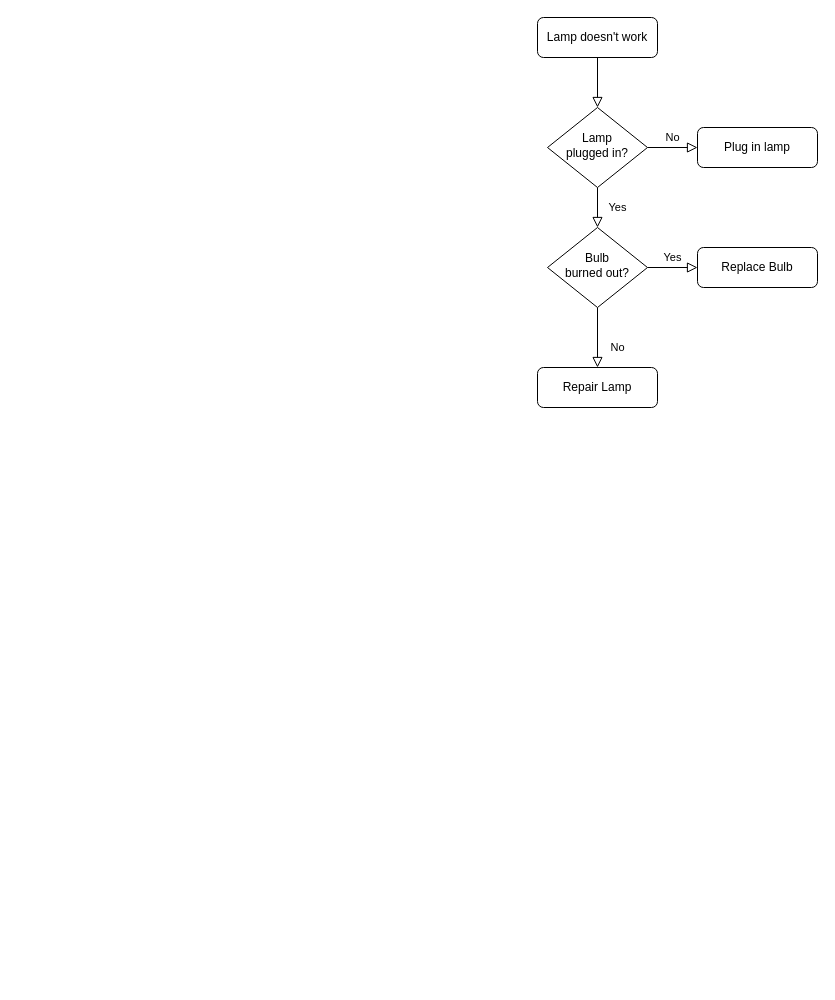
This is 流程图文件/理论法/习近平思想2.drawio from woshiduanli/Study, a draw.io file, before an edit. Source tidied: cells renumbered, new cells numbered last; positions are measured from the earlier drawing's top-left corner, leaving out a move shared by most shapes. Both pictures are drawn from the tidied source at 100%, with x=0, y=0 at pixel (537, 17). Pictures stored in the file or linked from it are replaced by grey dashed boxes.
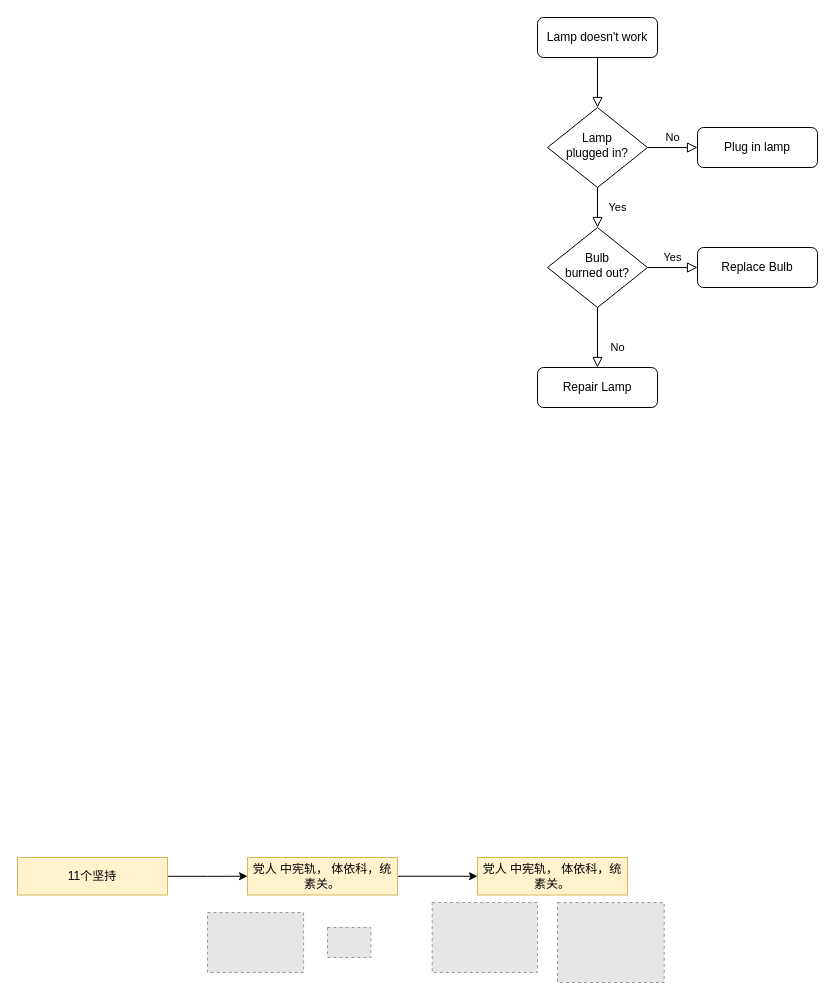
Above is the later version.

Commit message (it also covers changes not shown here):
更新习近平思想2.drawio

The edit, as a diff of the source:
```diff
@@
+    <mxCell id="13" style="edgeStyle=orthogonalEdgeStyle;rounded=0;jettySize=auto;html=1;entryX=0;entryY=0.5;entryDx=0;entryDy=0;" parent="1" edge="1" source="14" target="16">
+      <mxGeometry relative="1" as="geometry" />
+    </mxCell>
+    <mxCell id="14" value="11个坚持" style="whiteSpace=wrap;html=1;fillColor=#fff2cc;strokeColor=#d6b656;" parent="1" vertex="1">
+      <mxGeometry x="-520" y="840" width="150" height="37.5" as="geometry" />
+    </mxCell>
+    <mxCell id="15" style="edgeStyle=orthogonalEdgeStyle;rounded=0;jettySize=auto;html=1;" parent="1" edge="1" source="16" target="17">
+      <mxGeometry relative="1" as="geometry" />
+    </mxCell>
+    <mxCell id="16" value="党人 中宪轨， 体依科，统素关。" style="whiteSpace=wrap;html=1;fillColor=#fff2cc;strokeColor=#d6b656;" parent="1" vertex="1">
+      <mxGeometry x="-290" y="840" width="150" height="37.5" as="geometry" />
+    </mxCell>
+    <mxCell id="17" value="党人 中宪轨， 体依科，统素关。" style="whiteSpace=wrap;html=1;fillColor=#fff2cc;strokeColor=#d6b656;" parent="1" vertex="1">
+      <mxGeometry x="-60" y="840" width="150" height="37.5" as="geometry" />
+    </mxCell>
+    <mxCell id="18" style="fillColor=#E6E6E6;strokeColor=#999999;dashed=1;verticalLabelPosition=bottom;labelBackgroundColor=default;verticalAlign=top;" parent="1" vertex="1">
+      <mxGeometry x="-210" y="910" width="43.4" height="30" as="geometry" />
+    </mxCell>
+    <mxCell id="19" style="fillColor=#E6E6E6;strokeColor=#999999;dashed=1;verticalLabelPosition=bottom;labelBackgroundColor=default;verticalAlign=top;" parent="1" vertex="1">
+      <mxGeometry x="-330" y="895" width="96.1" height="60" as="geometry" />
+    </mxCell>
+    <mxCell id="20" style="fillColor=#E6E6E6;strokeColor=#999999;dashed=1;verticalLabelPosition=bottom;labelBackgroundColor=default;verticalAlign=top;" parent="1" vertex="1">
+      <mxGeometry x="-105.3" y="885" width="105.3" height="70" as="geometry" />
+    </mxCell>
+    <mxCell id="21" style="fillColor=#E6E6E6;strokeColor=#999999;dashed=1;verticalLabelPosition=bottom;labelBackgroundColor=default;verticalAlign=top;" parent="1" vertex="1">
+      <mxGeometry x="20" y="885" width="106.7" height="80" as="geometry" />
+    </mxCell>
```
